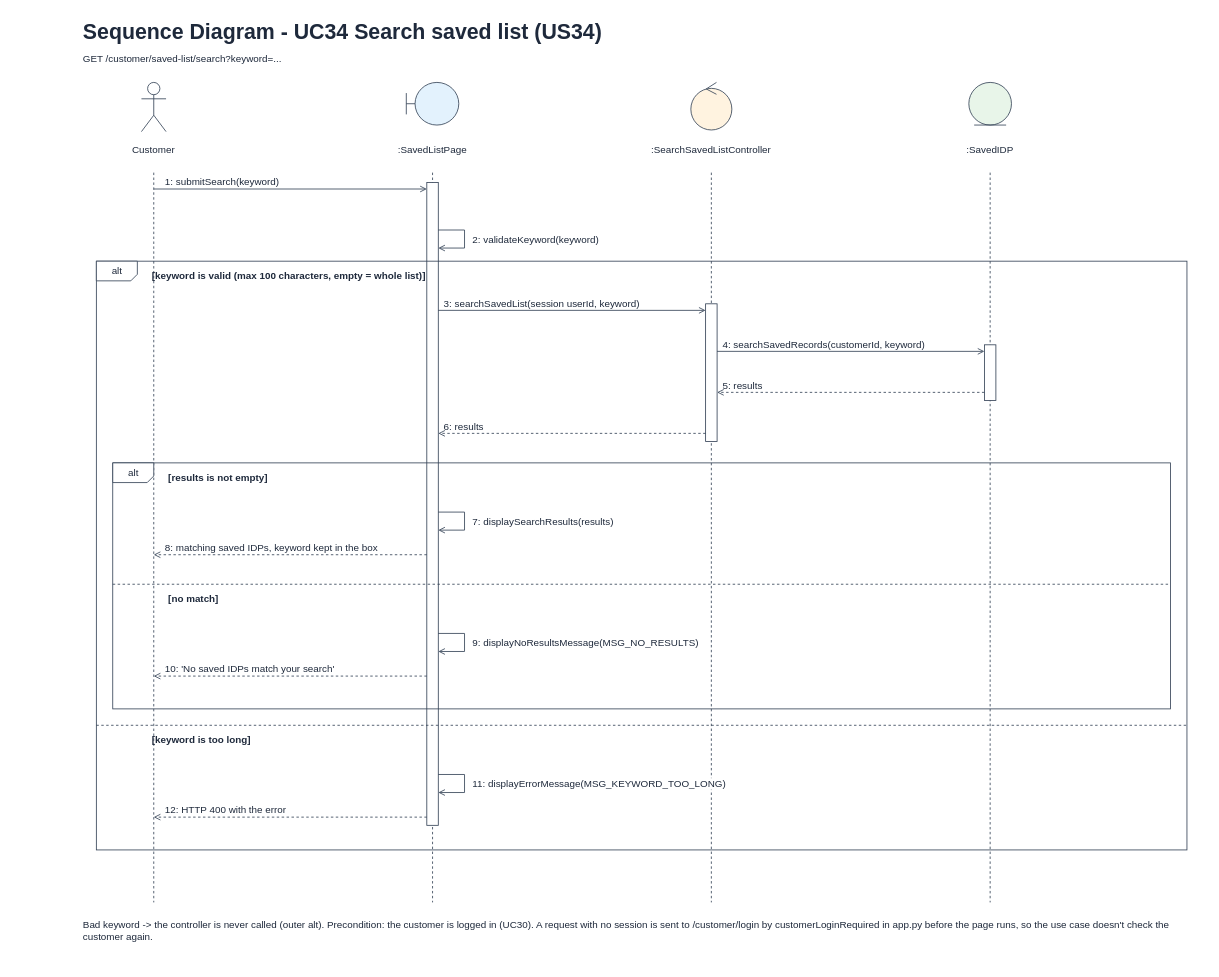
Earlier version of the draw.io diagram page "6 Sequence Diagram" (5 of 5) of Sprint_4/US34 - Search Saved List/US34 Search saved list.drawio (Hanzxc/CSIT314-ARCHSS). Source tidied: cells renumbered, new cells numbered last; positions are measured from the earlier drawing's top-left corner, leaving out a move shared by most shapes. Both pictures are drawn from the tidied source at 82%, with x=0, y=0 at pixel (14, 14).
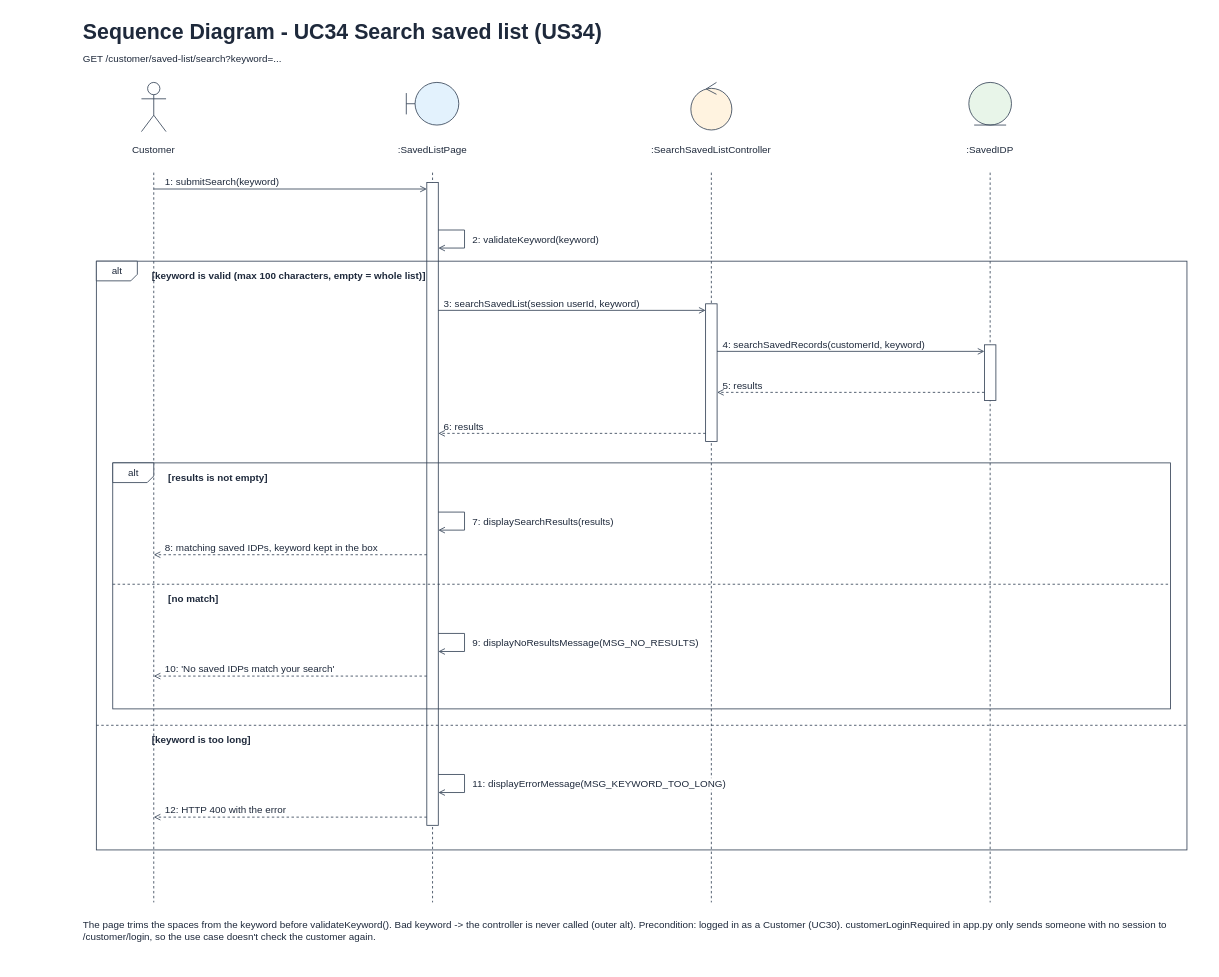
After the change.

Change to the diagram source:
```diff
@@
-    <mxCell id="53" value="Bad keyword -&amp;gt; the controller is never called (outer alt). Precondition: the customer is logged in (UC30). A request with no session is sent to /customer/login by customerLoginRequired in app.py before the page runs, so the use case doesn't check the customer again." style="text;html=1;whiteSpace=wrap;align=left;verticalAlign=top;fontSize=12;fontStyle=0;fontColor=#1e293b;fontFamily=Helvetica;labelBackgroundColor=none;" parent="1" vertex="1">
+    <mxCell id="53" value="The page trims the spaces from the keyword before validateKeyword(). Bad keyword -&amp;gt; the controller is never called (outer alt). Precondition: logged in as a Customer (UC30). customerLoginRequired in app.py only sends someone with no session to /customer/login, so the use case doesn't check the customer again." style="text;html=1;whiteSpace=wrap;align=left;verticalAlign=top;fontSize=12;fontStyle=0;fontColor=#1e293b;fontFamily=Helvetica;labelBackgroundColor=none;" parent="1" vertex="1">
       <mxGeometry x="82" y="1097" width="1370" height="60" as="geometry" />
     </mxCell>
```
